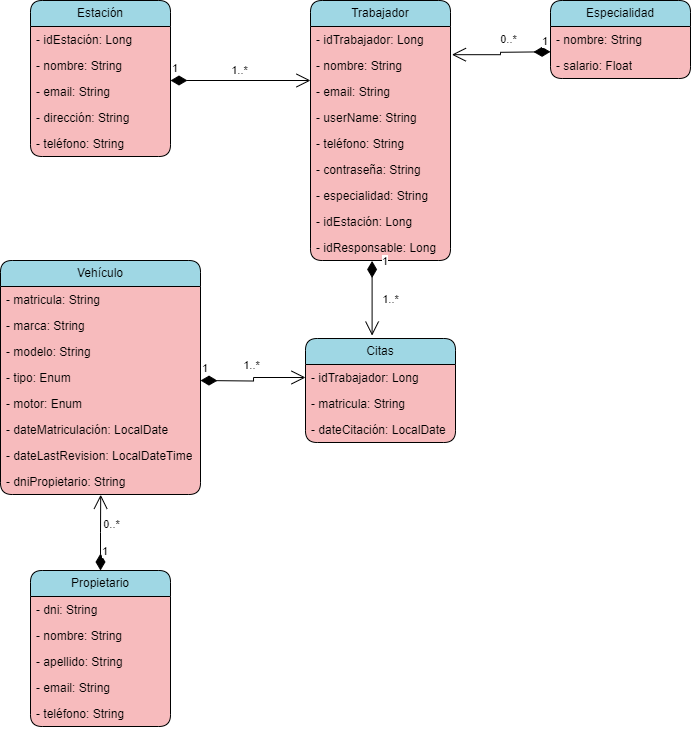
Earlier version of the draw.io export Entornos de desarrollo/DiagramaClases/Diagrama_De_Clases.png (SergioDeIscarValera/ITV_LUIS_VIVES). Source tidied: cells renumbered, new cells last; positions are measured from the earlier drawing's top-left corner, leaving out a move shared by most shapes.
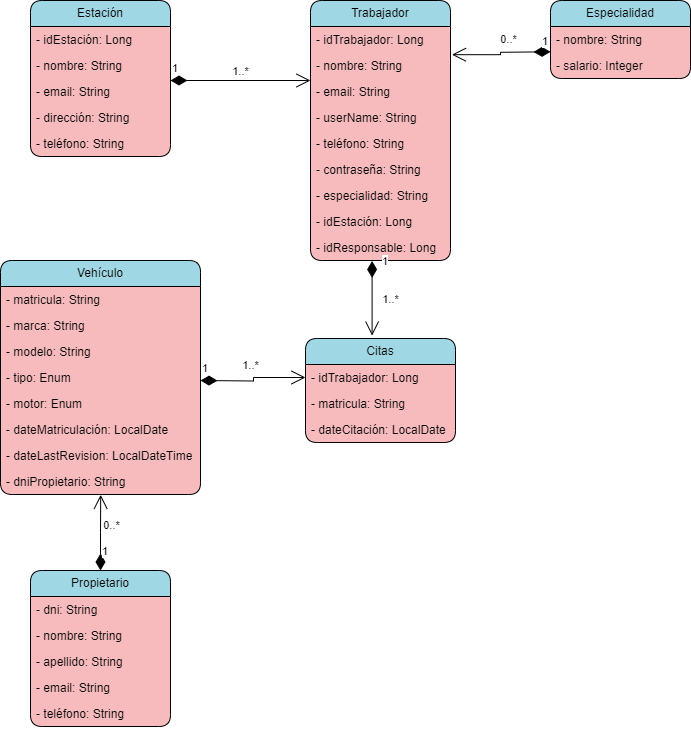
The same file after the commit.

The edit, as a diff of the source:
```diff
@@ -66,7 +66,7 @@
     <mxCell id="21" value="- nombre: String" style="text;strokeColor=none;fillColor=none;align=left;verticalAlign=top;spacingLeft=4;spacingRight=4;overflow=hidden;whiteSpace=wrap;html=1;gradientColor=none;" parent="20" vertex="1">
       <mxGeometry y="26" width="140" height="26" as="geometry" />
     </mxCell>
-    <mxCell id="22" value="- salario: Float" style="text;strokeColor=none;fillColor=none;align=left;verticalAlign=top;spacingLeft=4;spacingRight=4;overflow=hidden;whiteSpace=wrap;html=1;" parent="20" vertex="1">
+    <mxCell id="22" value="- salario: Integer" style="text;strokeColor=none;fillColor=none;align=left;verticalAlign=top;spacingLeft=4;spacingRight=4;overflow=hidden;whiteSpace=wrap;html=1;" parent="20" vertex="1">
       <mxGeometry y="52" width="140" height="26" as="geometry" />
     </mxCell>
     <mxCell id="23" value="Vehículo" style="swimlane;fontStyle=0;horizontal=1;startSize=26;fillColor=#9fd7e4;whiteSpace=wrap;html=1;rounded=1;swimlaneFillColor=#f7bbbd;" parent="1" vertex="1">
```
